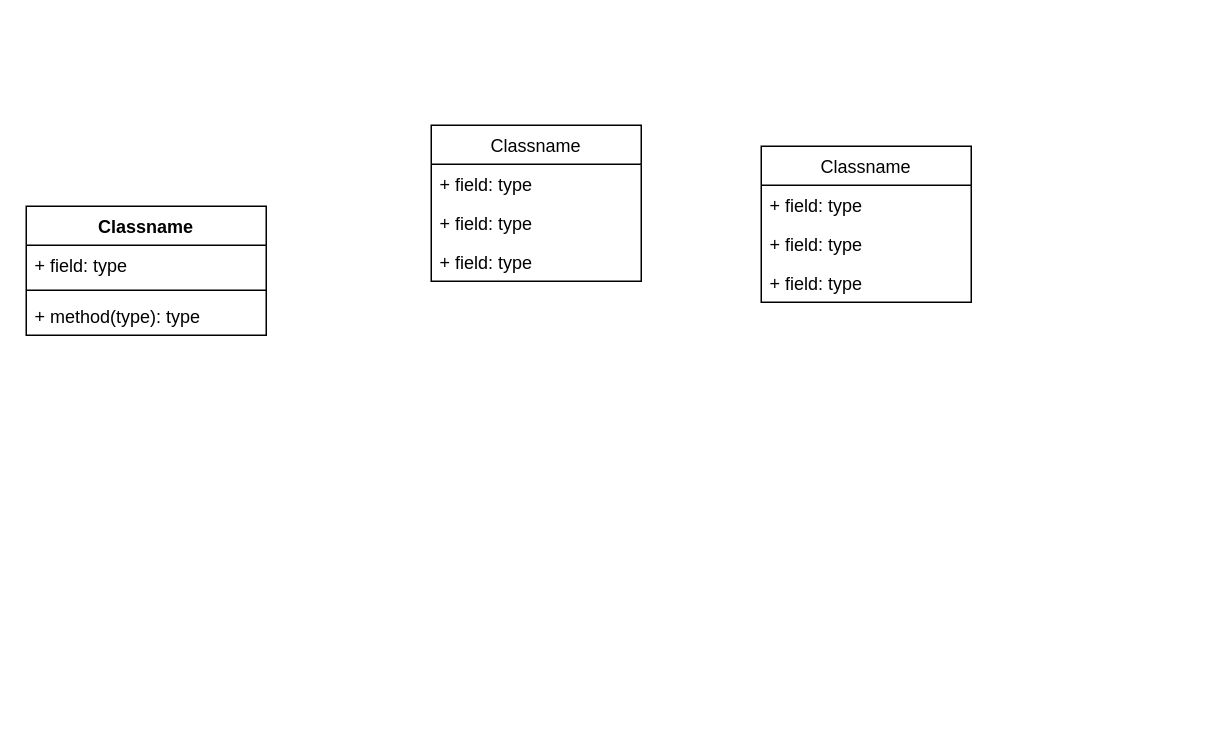
felipepozzi/puc-minas-arquitetura keeps this draw.io diagram as page "Diagrama de Classes" (3 of 6) of desenho-solucao/DesenhoSolucao.drawio. Above is the earlier version. Source tidied: cells renumbered, new cells numbered last; positions are measured from the earlier drawing's top-left corner, leaving out a move shared by most shapes. Both pictures are drawn from the tidied source at 150%, with x=0, y=0 at pixel (26, 124).
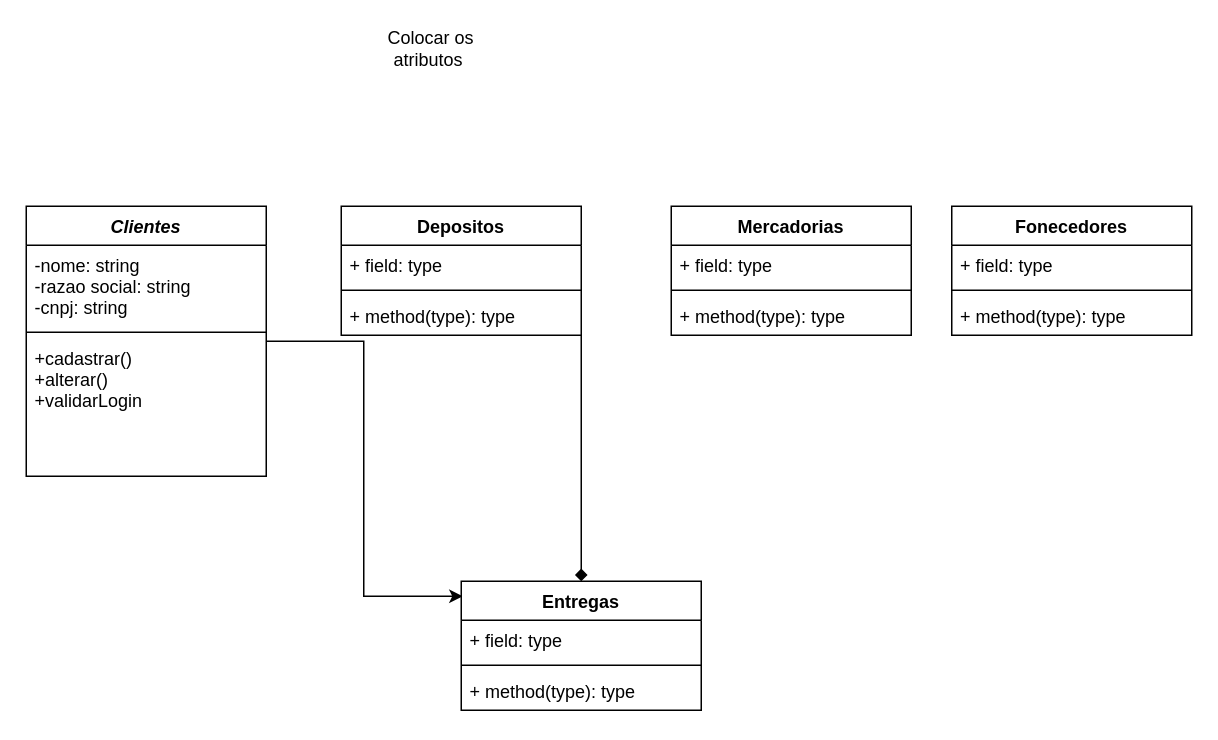
Above is the later version.

What changed in the source:
```diff
@@
+    <mxCell id="14" style="edgeStyle=elbowEdgeStyle;rounded=0;jettySize=auto;html=1;entryX=0.006;entryY=0.116;entryDx=0;entryDy=0;entryPerimeter=0;fontColor=#000000;startArrow=none;startFill=0;endArrow=classic;endFill=1;strokeColor=#000000;" parent="1" edge="1" source="2" target="28">
+      <mxGeometry relative="1" as="geometry" />
+    </mxCell>
-    <mxCell id="2" value="Classname" style="swimlane;fontStyle=1;align=center;verticalAlign=top;horizontal=1;startSize=26;fontColor=#000000;" parent="1" vertex="1">
-      <mxGeometry y="54" width="160" height="86" as="geometry" />
+    <mxCell id="2" value="Clientes" style="swimlane;fontStyle=3;align=center;verticalAlign=top;horizontal=1;startSize=26;fontColor=#000000;" parent="1" vertex="1">
+      <mxGeometry y="54" width="160" height="180" as="geometry" />
     </mxCell>
-    <mxCell id="3" value="+ field: type" style="text;strokeColor=none;fillColor=none;align=left;verticalAlign=top;spacingLeft=4;spacingRight=4;overflow=hidden;fontColor=#000000;" parent="2" vertex="1">
-      <mxGeometry y="26" width="160" height="26" as="geometry" />
+    <mxCell id="3" value="-nome: string&#10;-razao social: string&#10;-cnpj: string&#10;" style="text;strokeColor=none;fillColor=none;align=left;verticalAlign=top;spacingLeft=4;spacingRight=4;overflow=hidden;fontColor=#000000;" parent="2" vertex="1">
+      <mxGeometry y="26" width="160" height="54" as="geometry" />
     </mxCell>
     <mxCell id="4" style="line;strokeWidth=1;fillColor=none;align=left;verticalAlign=middle;spacingTop=-1;spacingLeft=3;spacingRight=3;labelPosition=right;fontColor=#000000;" parent="2" vertex="1">
-      <mxGeometry y="52" width="160" height="8" as="geometry" />
+      <mxGeometry y="80" width="160" height="8" as="geometry" />
     </mxCell>
-    <mxCell id="5" value="+ method(type): type" style="text;strokeColor=none;fillColor=none;align=left;verticalAlign=top;spacingLeft=4;spacingRight=4;overflow=hidden;fontColor=#000000;" parent="2" vertex="1">
-      <mxGeometry y="60" width="160" height="26" as="geometry" />
+    <mxCell id="5" value="+cadastrar()&#10;+alterar()&#10;+validarLogin" style="text;strokeColor=none;fillColor=none;align=left;verticalAlign=top;spacingLeft=4;spacingRight=4;overflow=hidden;fontColor=#000000;" parent="2" vertex="1">
+      <mxGeometry y="88" width="160" height="92" as="geometry" />
     </mxCell>
-    <mxCell id="6" value="Classname" style="swimlane;fontStyle=0;horizontal=1;startSize=26;fillColor=none;fontColor=#000000;" parent="1" vertex="1">
-      <mxGeometry x="490" y="14" width="140" height="104" as="geometry" />
-    </mxCell>
-    <mxCell id="7" value="+ field: type" style="text;strokeColor=none;fillColor=none;align=left;verticalAlign=top;spacingLeft=4;spacingRight=4;overflow=hidden;fontColor=#000000;" parent="6" vertex="1">
-      <mxGeometry y="26" width="140" height="26" as="geometry" />
-    </mxCell>
-    <mxCell id="8" value="+ field: type" style="text;strokeColor=none;fillColor=none;align=left;verticalAlign=top;spacingLeft=4;spacingRight=4;overflow=hidden;fontColor=#000000;" parent="6" vertex="1">
-      <mxGeometry y="52" width="140" height="26" as="geometry" />
-    </mxCell>
-    <mxCell id="9" value="+ field: type" style="text;strokeColor=none;fillColor=none;align=left;verticalAlign=top;spacingLeft=4;spacingRight=4;overflow=hidden;fontColor=#000000;" parent="6" vertex="1">
-      <mxGeometry y="78" width="140" height="26" as="geometry" />
-    </mxCell>
-    <mxCell id="10" value="Classname" style="swimlane;fontStyle=0;horizontal=1;startSize=26;fillColor=none;fontColor=#000000;" parent="1" vertex="1">
-      <mxGeometry x="270" width="140" height="104" as="geometry" />
-    </mxCell>
-    <mxCell id="11" value="+ field: type" style="text;strokeColor=none;fillColor=none;align=left;verticalAlign=top;spacingLeft=4;spacingRight=4;overflow=hidden;fontColor=#000000;" parent="10" vertex="1">
-      <mxGeometry y="26" width="140" height="26" as="geometry" />
-    </mxCell>
-    <mxCell id="12" value="+ field: type" style="text;strokeColor=none;fillColor=none;align=left;verticalAlign=top;spacingLeft=4;spacingRight=4;overflow=hidden;fontColor=#000000;" parent="10" vertex="1">
-      <mxGeometry y="52" width="140" height="26" as="geometry" />
-    </mxCell>
-    <mxCell id="13" value="+ field: type" style="text;strokeColor=none;fillColor=none;align=left;verticalAlign=top;spacingLeft=4;spacingRight=4;overflow=hidden;fontColor=#000000;" parent="10" vertex="1">
-      <mxGeometry y="78" width="140" height="26" as="geometry" />
-    </mxCell>
+    <mxCell id="15" style="edgeStyle=elbowEdgeStyle;rounded=0;jettySize=auto;html=1;entryX=0.5;entryY=0;entryDx=0;entryDy=0;fontColor=#000000;startArrow=none;startFill=0;endArrow=diamond;endFill=1;strokeColor=#000000;" parent="1" edge="1" source="16" target="28">
+      <mxGeometry relative="1" as="geometry" />
+    </mxCell>
+    <mxCell id="16" value="Depositos" style="swimlane;fontStyle=1;align=center;verticalAlign=top;horizontal=1;startSize=26;fontColor=#000000;" parent="1" vertex="1">
+      <mxGeometry x="210" y="54" width="160" height="86" as="geometry" />
+    </mxCell>
+    <mxCell id="17" value="+ field: type" style="text;strokeColor=none;fillColor=none;align=left;verticalAlign=top;spacingLeft=4;spacingRight=4;overflow=hidden;fontColor=#000000;" parent="16" vertex="1">
+      <mxGeometry y="26" width="160" height="26" as="geometry" />
+    </mxCell>
+    <mxCell id="18" style="line;strokeWidth=1;fillColor=none;align=left;verticalAlign=middle;spacingTop=-1;spacingLeft=3;spacingRight=3;labelPosition=right;fontColor=#000000;" parent="16" vertex="1">
+      <mxGeometry y="52" width="160" height="8" as="geometry" />
+    </mxCell>
+    <mxCell id="19" value="+ method(type): type" style="text;strokeColor=none;fillColor=none;align=left;verticalAlign=top;spacingLeft=4;spacingRight=4;overflow=hidden;fontColor=#000000;" parent="16" vertex="1">
+      <mxGeometry y="60" width="160" height="26" as="geometry" />
+    </mxCell>
+    <mxCell id="20" value="Mercadorias" style="swimlane;fontStyle=1;align=center;verticalAlign=top;horizontal=1;startSize=26;fontColor=#000000;" parent="1" vertex="1">
+      <mxGeometry x="430" y="54" width="160" height="86" as="geometry" />
+    </mxCell>
+    <mxCell id="21" value="+ field: type" style="text;strokeColor=none;fillColor=none;align=left;verticalAlign=top;spacingLeft=4;spacingRight=4;overflow=hidden;fontColor=#000000;" parent="20" vertex="1">
+      <mxGeometry y="26" width="160" height="26" as="geometry" />
+    </mxCell>
+    <mxCell id="22" style="line;strokeWidth=1;fillColor=none;align=left;verticalAlign=middle;spacingTop=-1;spacingLeft=3;spacingRight=3;labelPosition=right;fontColor=#000000;" parent="20" vertex="1">
+      <mxGeometry y="52" width="160" height="8" as="geometry" />
+    </mxCell>
+    <mxCell id="23" value="+ method(type): type" style="text;strokeColor=none;fillColor=none;align=left;verticalAlign=top;spacingLeft=4;spacingRight=4;overflow=hidden;fontColor=#000000;" parent="20" vertex="1">
+      <mxGeometry y="60" width="160" height="26" as="geometry" />
+    </mxCell>
+    <mxCell id="24" value="Fonecedores" style="swimlane;fontStyle=1;align=center;verticalAlign=top;horizontal=1;startSize=26;fontColor=#000000;" parent="1" vertex="1">
+      <mxGeometry x="617" y="54" width="160" height="86" as="geometry" />
+    </mxCell>
+    <mxCell id="25" value="+ field: type" style="text;strokeColor=none;fillColor=none;align=left;verticalAlign=top;spacingLeft=4;spacingRight=4;overflow=hidden;fontColor=#000000;" parent="24" vertex="1">
+      <mxGeometry y="26" width="160" height="26" as="geometry" />
+    </mxCell>
+    <mxCell id="26" style="line;strokeWidth=1;fillColor=none;align=left;verticalAlign=middle;spacingTop=-1;spacingLeft=3;spacingRight=3;labelPosition=right;fontColor=#000000;" parent="24" vertex="1">
+      <mxGeometry y="52" width="160" height="8" as="geometry" />
+    </mxCell>
+    <mxCell id="27" value="+ method(type): type" style="text;strokeColor=none;fillColor=none;align=left;verticalAlign=top;spacingLeft=4;spacingRight=4;overflow=hidden;fontColor=#000000;" parent="24" vertex="1">
+      <mxGeometry y="60" width="160" height="26" as="geometry" />
+    </mxCell>
+    <mxCell id="28" value="Entregas" style="swimlane;fontStyle=1;align=center;verticalAlign=top;horizontal=1;startSize=26;fontColor=#000000;" parent="1" vertex="1">
+      <mxGeometry x="290" y="304" width="160" height="86" as="geometry" />
+    </mxCell>
+    <mxCell id="29" value="+ field: type" style="text;strokeColor=none;fillColor=none;align=left;verticalAlign=top;spacingLeft=4;spacingRight=4;overflow=hidden;fontColor=#000000;" parent="28" vertex="1">
+      <mxGeometry y="26" width="160" height="26" as="geometry" />
+    </mxCell>
+    <mxCell id="30" style="line;strokeWidth=1;fillColor=none;align=left;verticalAlign=middle;spacingTop=-1;spacingLeft=3;spacingRight=3;labelPosition=right;fontColor=#000000;" parent="28" vertex="1">
+      <mxGeometry y="52" width="160" height="8" as="geometry" />
+    </mxCell>
+    <mxCell id="31" value="+ method(type): type" style="text;strokeColor=none;fillColor=none;align=left;verticalAlign=top;spacingLeft=4;spacingRight=4;overflow=hidden;fontColor=#000000;" parent="28" vertex="1">
+      <mxGeometry y="60" width="160" height="26" as="geometry" />
+    </mxCell>
+    <mxCell id="32" value="Colocar os atributos&amp;nbsp;" style="text;html=1;strokeColor=none;fillColor=none;align=center;verticalAlign=middle;whiteSpace=wrap;rounded=0;fontColor=#000000;" parent="1" vertex="1">
+      <mxGeometry x="240" y="-66" width="60" height="30" as="geometry" />
+    </mxCell>
```
